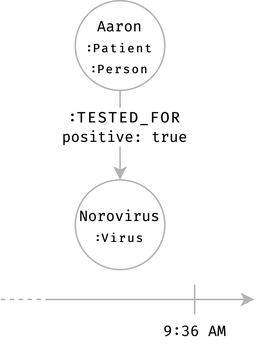
The draw.io diagram examples/hospital/images/tested-for.png in Emanuele-Falzone-PhD-Thesis/seraph-example, before a commit. Source tidied: cells renumbered, new cells last; positions are measured from the earlier drawing's top-left corner, leaving out a move shared by most shapes.
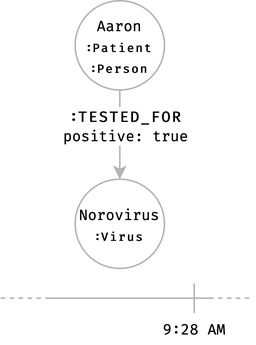
The same file after the commit.

The edit, as a diff of the source:
```diff
@@ -22,26 +22,26 @@
         <mxPoint x="140" y="200" as="targetPoint" />
       </mxGeometry>
     </mxCell>
-    <mxCell id="7" style="endArrow=classic;html=1;strokeColor=#B3B3B3;fontFamily=Fira Code;fontSource=https%3A%2F%2Ffonts.googleapis.com%2Fcss%3Ffamily%3DFira%2BCode;fontSize=10;endFill=1;" parent="1" edge="1">
+    <mxCell id="7" style="endArrow=none;dashed=1;html=1;strokeColor=#B3B3B3;fontFamily=Fira Code;fontSource=https%3A%2F%2Ffonts.googleapis.com%2Fcss%3Ffamily%3DFira%2BCode;fontSize=10;" parent="1" edge="1">
       <mxGeometry relative="1" as="geometry">
-        <mxPoint x="140" y="200" as="sourcePoint" />
-        <mxPoint x="170" y="200" as="targetPoint" />
+        <mxPoint y="200" as="sourcePoint" />
+        <mxPoint x="30" y="200" as="targetPoint" />
       </mxGeometry>
     </mxCell>
-    <mxCell id="8" style="endArrow=none;dashed=1;html=1;strokeColor=#B3B3B3;fontFamily=Fira Code;fontSource=https%3A%2F%2Ffonts.googleapis.com%2Fcss%3Ffamily%3DFira%2BCode;fontSize=10;" parent="1" edge="1">
+    <mxCell id="8" style="endArrow=none;html=1;strokeColor=#B3B3B3;" parent="1" edge="1">
       <mxGeometry relative="1" as="geometry">
-        <mxPoint y="200" as="sourcePoint" />
-        <mxPoint x="30" y="200" as="targetPoint" />
+        <mxPoint x="130" y="210" as="sourcePoint" />
+        <mxPoint x="130" y="190" as="targetPoint" />
       </mxGeometry>
     </mxCell>
-    <mxCell id="9" style="endArrow=none;html=1;strokeColor=#B3B3B3;" parent="1" edge="1">
-      <mxGeometry relative="1" as="geometry">
-        <mxPoint x="130" y="210" as="sourcePoint" />
-        <mxPoint x="130" y="190" as="targetPoint" />
-      </mxGeometry>
+    <mxCell id="9" value="&lt;font face=&quot;Fira Code&quot; style=&quot;font-size: 10px&quot;&gt;9:28 AM&lt;/font&gt;" style="text;html=1;align=center;verticalAlign=middle;spacing=0;" parent="1" vertex="1">
+      <mxGeometry x="100" y="210" width="60" height="20" as="geometry" />
     </mxCell>
-    <mxCell id="10" value="&lt;font face=&quot;Fira Code&quot; style=&quot;font-size: 10px&quot;&gt;9:36 AM&lt;/font&gt;" style="text;html=1;align=center;verticalAlign=middle;spacing=0;" parent="1" vertex="1">
-      <mxGeometry x="100" y="210" width="60" height="20" as="geometry" />
+    <mxCell id="10" style="endArrow=none;dashed=1;html=1;strokeColor=#B3B3B3;fontFamily=Fira Code;fontSource=https%3A%2F%2Ffonts.googleapis.com%2Fcss%3Ffamily%3DFira%2BCode;fontSize=10;" parent="1" edge="1">
+      <mxGeometry relative="1" as="geometry">
+        <mxPoint x="140" y="200" as="sourcePoint" />
+        <mxPoint x="170" y="200" as="targetPoint" />
+      </mxGeometry>
     </mxCell>
   </root>
 </mxGraphModel>
```
